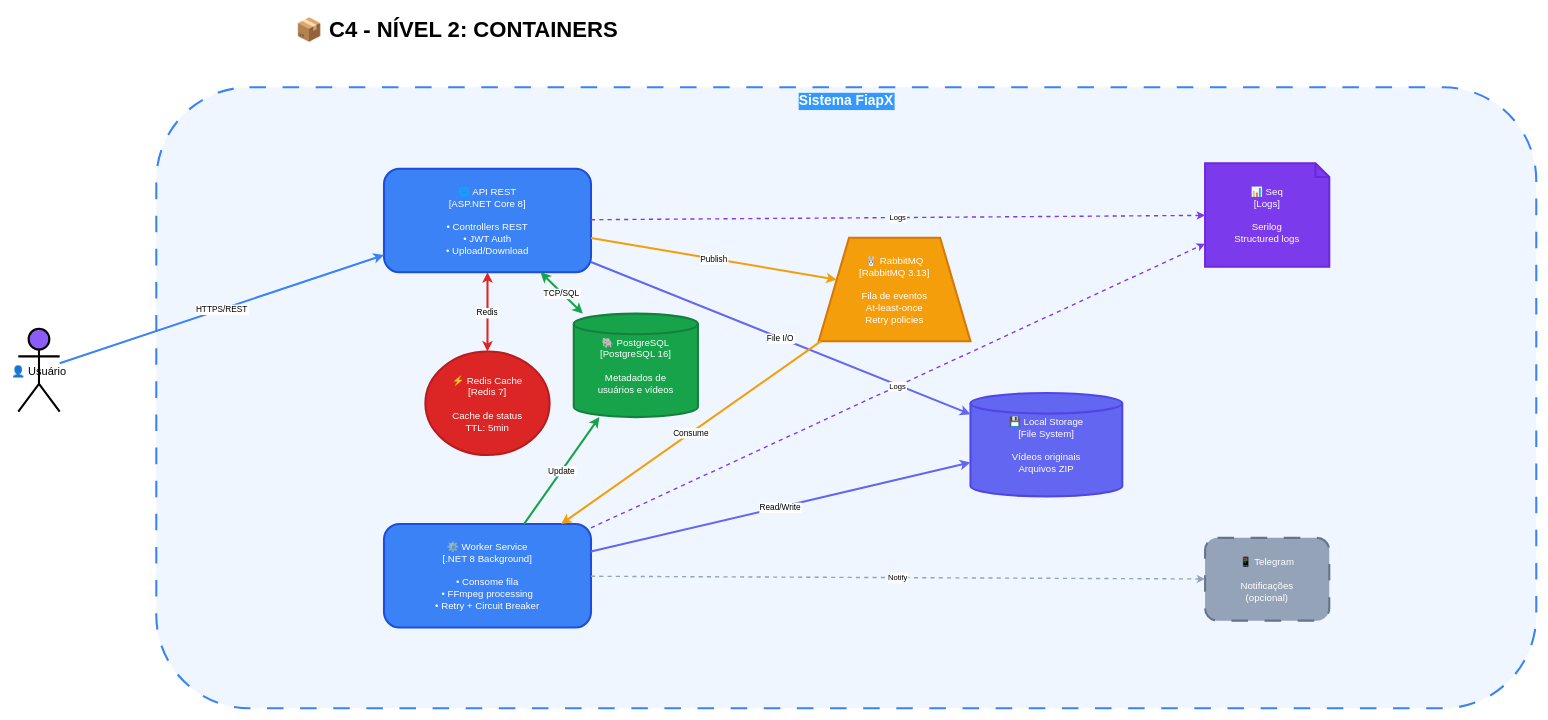
The draw.io diagram docs/diagrams/03-c4-nivel2-containers.drawio in PosTechFiap-Entregas/TechChallenge-fase-5-FIAP, before the edit. Source tidied: cells renumbered, new cells numbered last; positions are measured from the earlier drawing's top-left corner, leaving out a move shared by most shapes. Both pictures are drawn from the tidied source at 69%, with x=0, y=0 at pixel (18, 11).
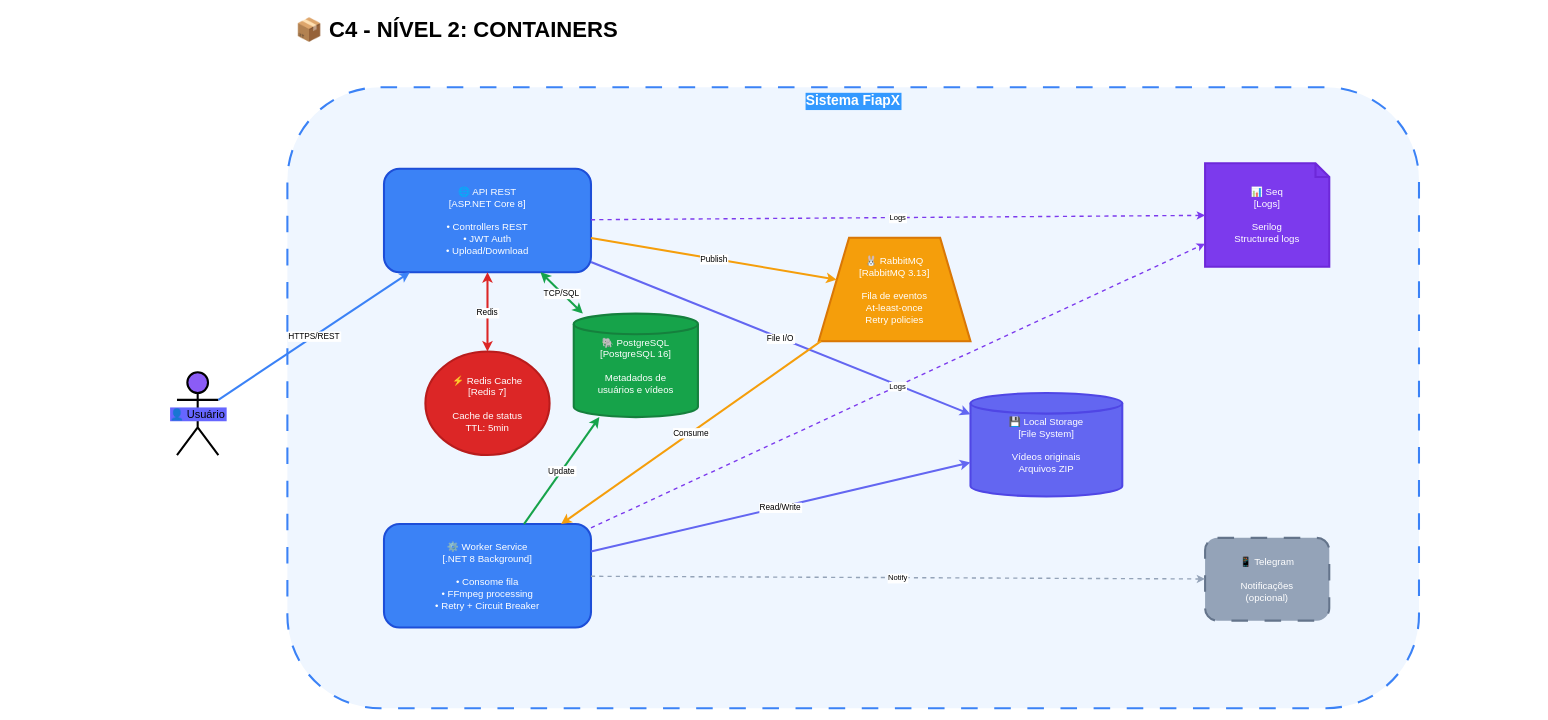
The same page after the edit.

The edit, as a diff of the source:
```diff
@@
     <mxCell id="3" value="Sistema FiapX" style="rounded=1;dashed=1;dashPattern=8 8;strokeWidth=3;strokeColor=#3b82f6;fillColor=#eff6ff;fontSize=20;fontStyle=1;align=center;verticalAlign=top;fontColor=#FFFFFF;labelBackgroundColor=#3399FF;" parent="1" vertex="1">
-      <mxGeometry x="200" y="110" width="2000" height="900" as="geometry" />
+      <mxGeometry x="390" y="110" width="1640" height="900" as="geometry" />
     </mxCell>
-    <mxCell id="4" value="👤 Usuário" style="shape=umlActor;fillColor=#8b5cf6;strokeWidth=3;fontSize=16;" parent="1" vertex="1">
-      <mxGeometry y="460" width="60" height="120" as="geometry" />
+    <mxCell id="4" value="👤 Usuário" style="shape=umlActor;fillColor=#8b5cf6;strokeWidth=3;fontSize=16;labelBackgroundColor=#6666FF;" parent="1" vertex="1">
+      <mxGeometry x="230" y="523" width="60" height="120" as="geometry" />
     </mxCell>
```
